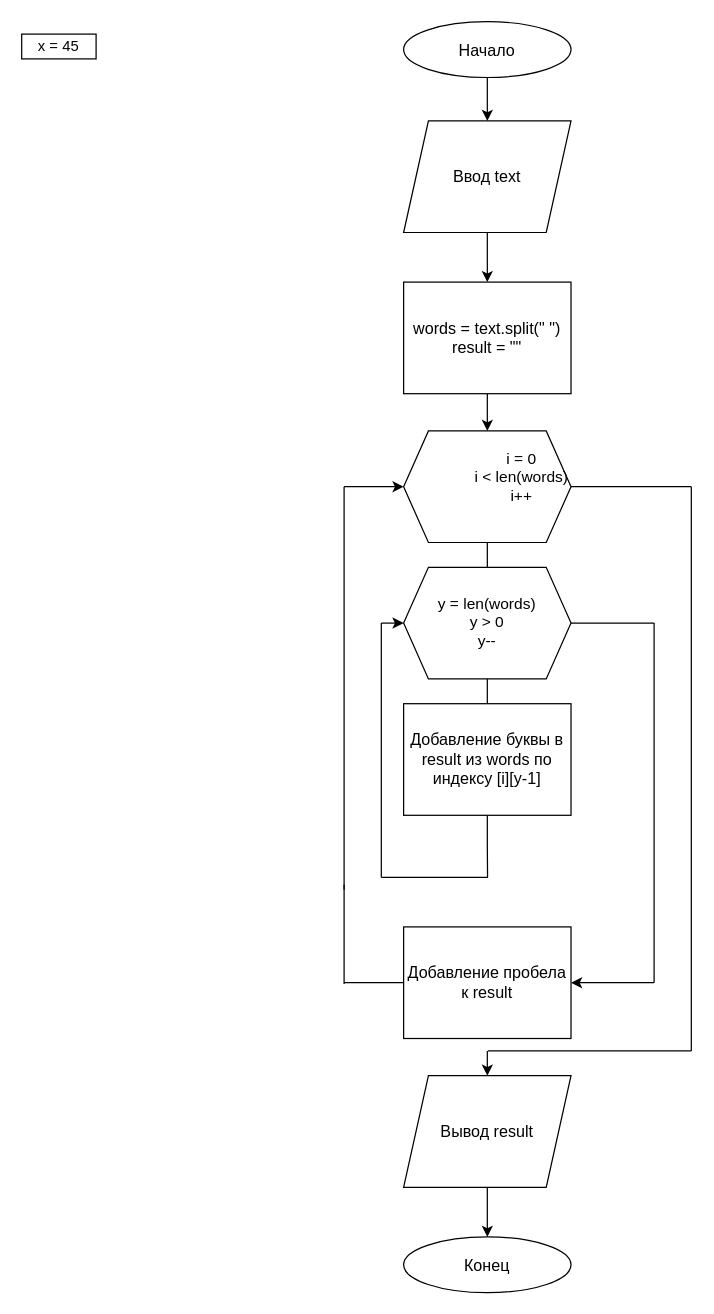
Earlier version of the draw.io diagram task_1/task_1_diagram.drawio (BinaryModder/Python_strings). Source tidied: cells renumbered, new cells numbered last; positions are measured from the earlier drawing's top-left corner, leaving out a move shared by most shapes. Both pictures are drawn from the tidied source at 124%, with x=0, y=0 at pixel (21, 21).
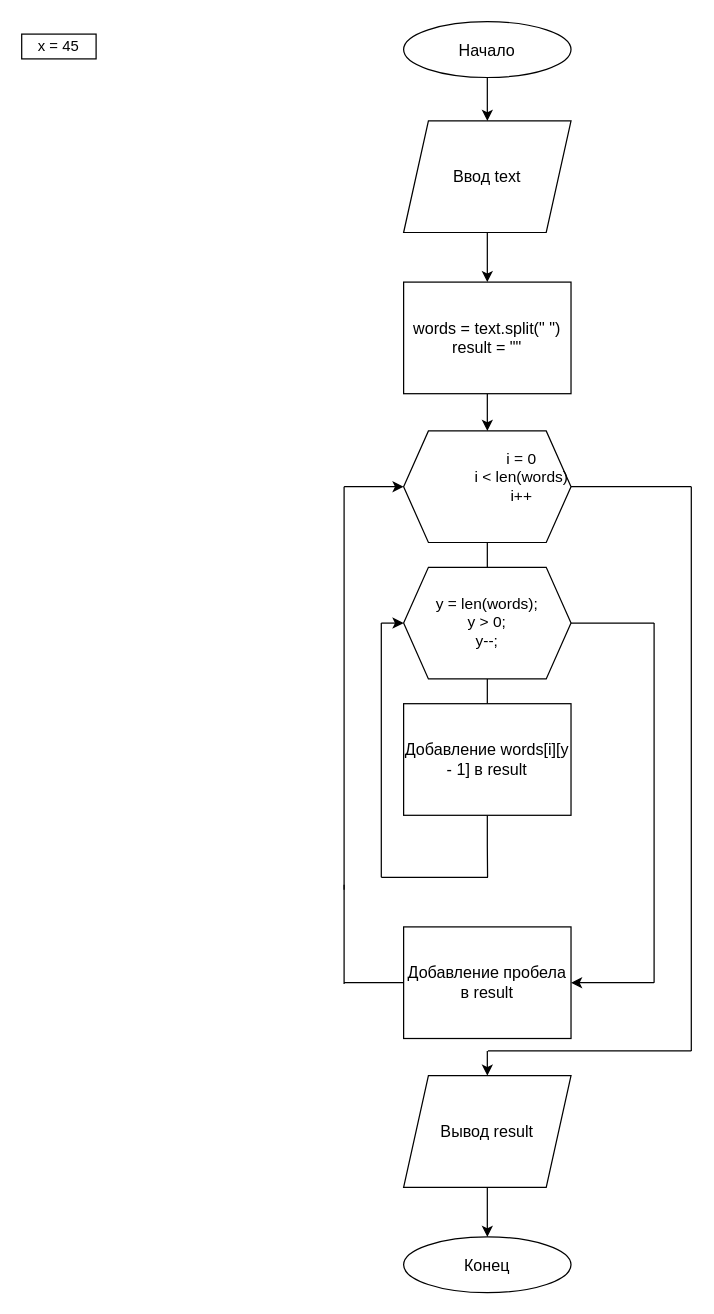
The same diagram, later.

Diff of the diagram source:
```diff
@@
-    <mxCell id="13" value="y = len(words)&lt;br&gt;y &amp;gt; 0&lt;br&gt;y--" style="shape=hexagon;perimeter=hexagonPerimeter2;whiteSpace=wrap;html=1;shapeInside=1;fixedSize=1;fontSize=12.5;align=center;" parent="1" vertex="1">
+    <mxCell id="13" value="y = len(words);&lt;br&gt;y &amp;gt; 0;&lt;br&gt;y--;" style="shape=hexagon;perimeter=hexagonPerimeter2;whiteSpace=wrap;html=1;shapeInside=1;fixedSize=1;fontSize=12.5;align=center;" parent="1" vertex="1">
       <mxGeometry x="308" y="440" width="135" height="90" as="geometry" />
     </mxCell>
@@
-    <mxCell id="15" value="Добавление буквы в result из words по индексу [i][y-1]" style="rounded=0;whiteSpace=wrap;html=1;fontSize=13;" parent="1" vertex="1">
+    <mxCell id="15" value="Добавление words[i][y - 1] в result" style="rounded=0;whiteSpace=wrap;html=1;fontSize=13;" parent="1" vertex="1">
       <mxGeometry x="308" y="550" width="135" height="90" as="geometry" />
     </mxCell>
@@
-    <mxCell id="22" value="Добавление пробела к result" style="rounded=0;whiteSpace=wrap;html=1;fontSize=13;" parent="1" vertex="1">
+    <mxCell id="22" value="Добавление пробела в result" style="rounded=0;whiteSpace=wrap;html=1;fontSize=13;" parent="1" vertex="1">
       <mxGeometry x="308" y="730" width="135" height="90" as="geometry" />
     </mxCell>
```
